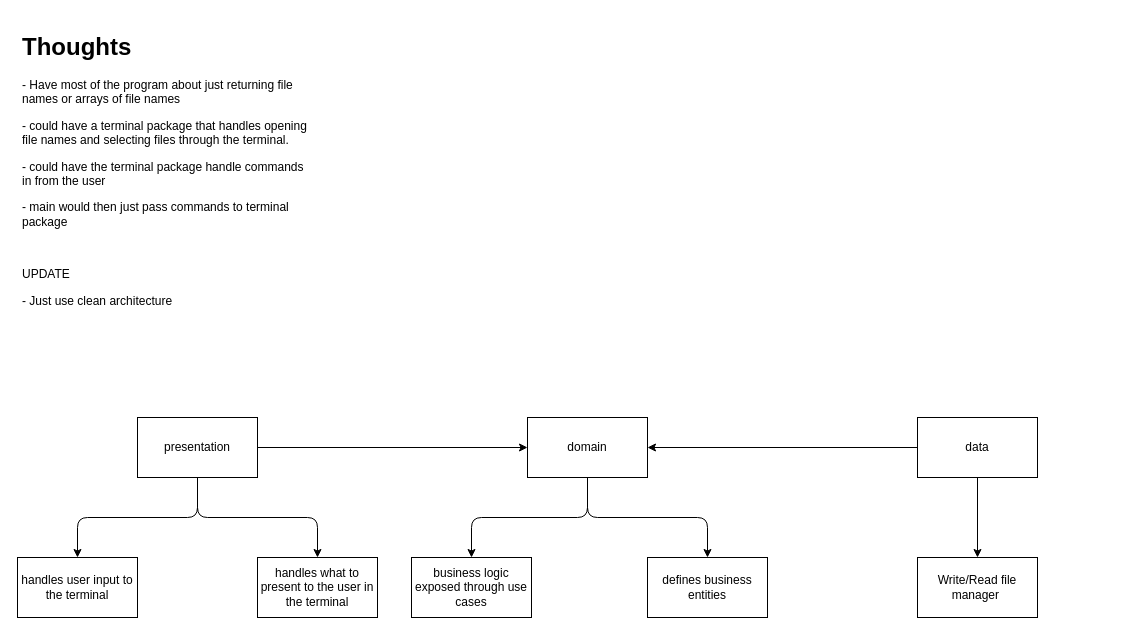
Above: documentation/archiecture.drawio in BillyLuisNeedham/cli-notes (draw.io), before the change. Source tidied: cells renumbered, new cells numbered last; positions are measured from the earlier drawing's top-left corner, leaving out a move shared by most shapes. Both pictures are drawn from the tidied source at 100%, with x=0, y=0 at pixel (17, 27).
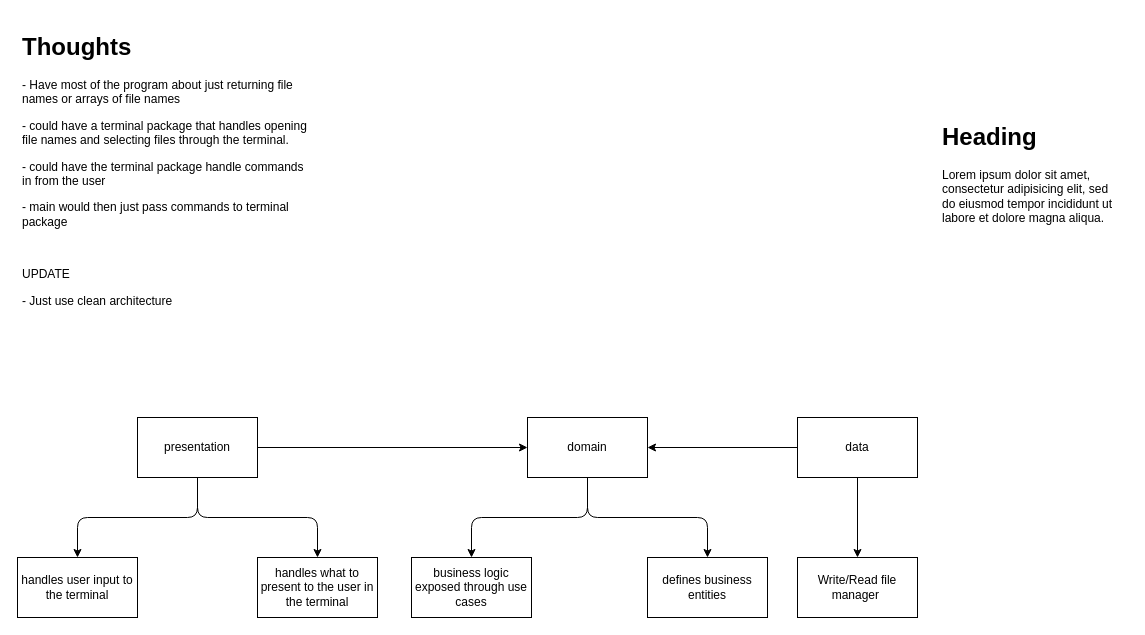
After the change.

Diff of the diagram source:
```diff
@@
 <mxGraphModel>
   <root>
     <mxCell id="0" />
     <mxCell id="1" parent="0" />
     <mxCell id="2" value="&lt;h1&gt;Thoughts&lt;/h1&gt;&lt;p&gt;- Have most of the program about just returning file names or arrays of file names&lt;/p&gt;&lt;p&gt;- could have a terminal package that handles opening file names and selecting files through the terminal.&lt;/p&gt;&lt;p&gt;- could have the terminal package handle commands in from the user&lt;/p&gt;&lt;p&gt;- main would then just pass commands to terminal package&lt;/p&gt;&lt;p&gt;&lt;br&gt;&lt;/p&gt;&lt;p&gt;UPDATE&lt;/p&gt;&lt;p&gt;- Just use clean architecture&amp;nbsp;&lt;/p&gt;" style="text;html=1;strokeColor=none;fillColor=none;spacing=5;spacingTop=-20;whiteSpace=wrap;overflow=hidden;rounded=0;" parent="1" vertex="1">
       <mxGeometry width="300" height="320" as="geometry" />
     </mxCell>
     <mxCell id="3" value="Write/Read file manager&amp;nbsp;" style="whiteSpace=wrap;html=1;" parent="1" vertex="1">
-      <mxGeometry x="900" y="530" width="120" height="60" as="geometry" />
+      <mxGeometry x="780" y="530" width="120" height="60" as="geometry" />
     </mxCell>
     <mxCell id="4" style="edgeStyle=orthogonalEdgeStyle;html=1;" parent="1" edge="1" source="6" target="14">
       <mxGeometry relative="1" as="geometry" />
     </mxCell>
     <mxCell id="5" style="edgeStyle=orthogonalEdgeStyle;html=1;" parent="1" edge="1" source="6" target="17">
       <mxGeometry relative="1" as="geometry" />
     </mxCell>
     <mxCell id="6" value="domain" style="whiteSpace=wrap;html=1;" parent="1" vertex="1">
       <mxGeometry x="510" y="390" width="120" height="60" as="geometry" />
     </mxCell>
     <mxCell id="7" style="edgeStyle=orthogonalEdgeStyle;html=1;" parent="1" edge="1" source="9" target="6">
       <mxGeometry relative="1" as="geometry" />
     </mxCell>
     <mxCell id="8" style="edgeStyle=orthogonalEdgeStyle;html=1;" parent="1" edge="1" source="9" target="3">
       <mxGeometry relative="1" as="geometry" />
     </mxCell>
     <mxCell id="9" value="data" style="whiteSpace=wrap;html=1;" parent="1" vertex="1">
-      <mxGeometry x="900" y="390" width="120" height="60" as="geometry" />
+      <mxGeometry x="780" y="390" width="120" height="60" as="geometry" />
     </mxCell>
     <mxCell id="10" style="edgeStyle=orthogonalEdgeStyle;html=1;" parent="1" edge="1" source="13" target="6">
       <mxGeometry relative="1" as="geometry" />
     </mxCell>
     <mxCell id="11" style="edgeStyle=orthogonalEdgeStyle;html=1;" parent="1" edge="1" source="13" target="15">
       <mxGeometry relative="1" as="geometry" />
     </mxCell>
     <mxCell id="12" style="edgeStyle=orthogonalEdgeStyle;html=1;" parent="1" edge="1" source="13" target="16">
       <mxGeometry relative="1" as="geometry" />
     </mxCell>
     <mxCell id="13" value="presentation" style="whiteSpace=wrap;html=1;" parent="1" vertex="1">
       <mxGeometry x="120" y="390" width="120" height="60" as="geometry" />
     </mxCell>
     <mxCell id="14" value="business logic exposed through use cases" style="whiteSpace=wrap;html=1;" parent="1" vertex="1">
       <mxGeometry x="394" y="530" width="120" height="60" as="geometry" />
     </mxCell>
     <mxCell id="15" value="handles user input to the terminal" style="whiteSpace=wrap;html=1;" parent="1" vertex="1">
       <mxGeometry y="530" width="120" height="60" as="geometry" />
     </mxCell>
     <mxCell id="16" value="handles what to present to the user in the terminal" style="whiteSpace=wrap;html=1;" parent="1" vertex="1">
       <mxGeometry x="240" y="530" width="120" height="60" as="geometry" />
     </mxCell>
     <mxCell id="17" value="defines business entities" style="whiteSpace=wrap;html=1;" parent="1" vertex="1">
       <mxGeometry x="630" y="530" width="120" height="60" as="geometry" />
     </mxCell>
+    <mxCell id="18" value="&lt;h1&gt;Heading&lt;/h1&gt;&lt;p&gt;Lorem ipsum dolor sit amet, consectetur adipisicing elit, sed do eiusmod tempor incididunt ut labore et dolore magna aliqua.&lt;/p&gt;" style="text;html=1;strokeColor=none;fillColor=none;spacing=5;spacingTop=-20;whiteSpace=wrap;overflow=hidden;rounded=0;" parent="1" vertex="1">
+      <mxGeometry x="920" y="90" width="190" height="120" as="geometry" />
+    </mxCell>
   </root>
 </mxGraphModel>
```
